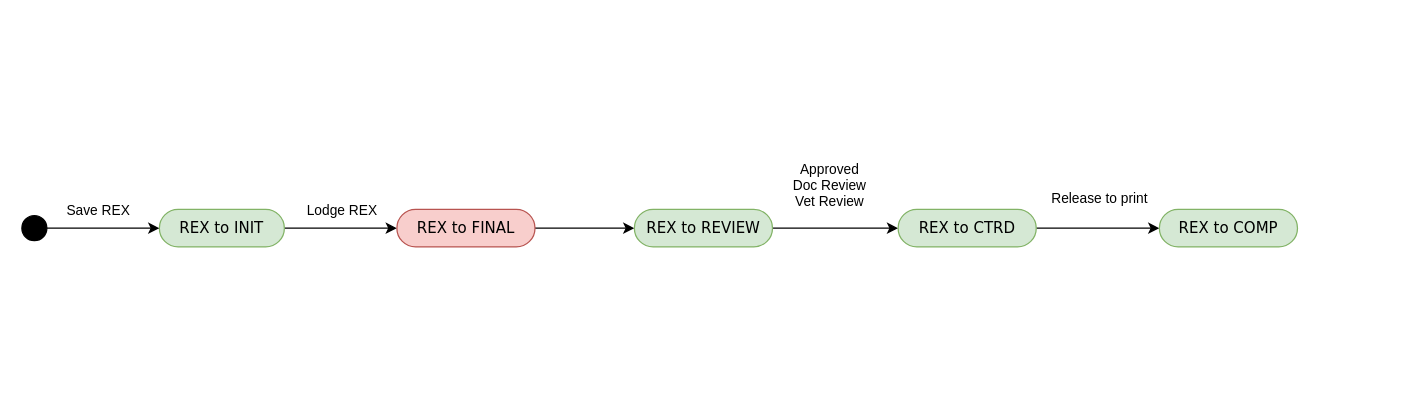
The draw.io diagram LAEL_REX_Status_Diagram.drawio in ajithmjose/deleteme, before the edit. Source tidied: cells renumbered, new cells numbered last; positions are measured from the earlier drawing's top-left corner, leaving out a move shared by most shapes. Both pictures are drawn from the tidied source at 125%, with x=0, y=0 at pixel (21, 209).
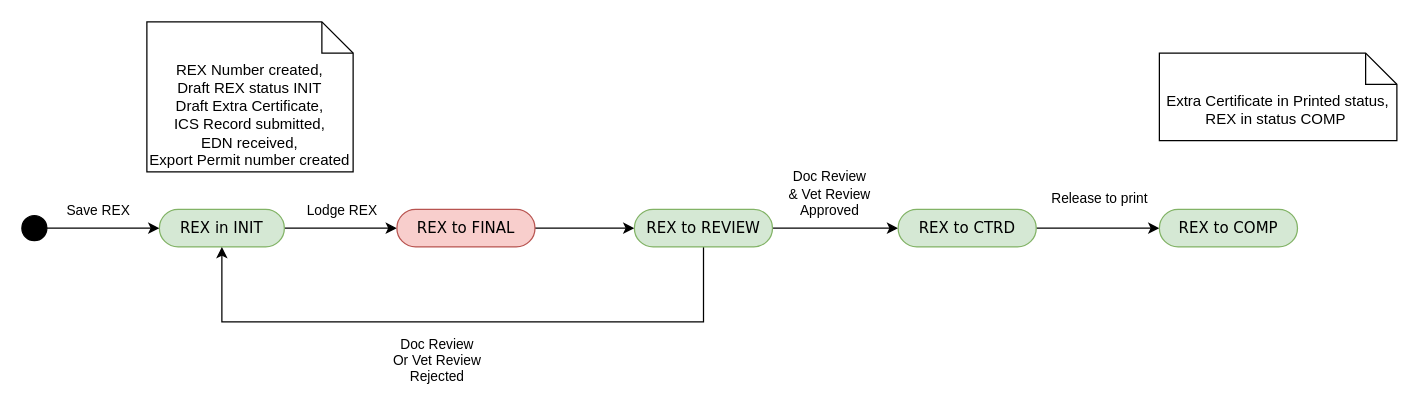
The same diagram, later.

Unchanged cells that the change refers to:
```xml
<mxCell id="7" style="edgeStyle=orthogonalEdgeStyle;rounded=0;jettySize=auto;html=1;" parent="1" edge="1" source="9" target="12">
  <mxGeometry relative="1" as="geometry" />
</mxCell>
<mxCell id="9" value="REX to REVIEW" style="rounded=1;whiteSpace=wrap;html=1;shadow=0;comic=0;labelBackgroundColor=none;strokeWidth=1;fontFamily=Verdana;fontSize=12;align=center;arcSize=50;fillColor=#d5e8d4;strokeColor=#82b366;" parent="1" vertex="1">
  <mxGeometry x="490" width="110.5" height="30" as="geometry" />
</mxCell>
```

Change to the diagram source:
```diff
@@
-    <mxCell id="4" value="REX to INIT" style="rounded=1;whiteSpace=wrap;html=1;shadow=0;comic=0;labelBackgroundColor=none;strokeWidth=1;fontFamily=Verdana;fontSize=12;align=center;arcSize=50;fillColor=#d5e8d4;strokeColor=#82b366;" parent="1" vertex="1">
+    <mxCell id="4" value="REX in INIT" style="rounded=1;whiteSpace=wrap;html=1;shadow=0;comic=0;labelBackgroundColor=none;strokeWidth=1;fontFamily=Verdana;fontSize=12;align=center;arcSize=50;fillColor=#d5e8d4;strokeColor=#82b366;" parent="1" vertex="1">
       <mxGeometry x="110" width="100" height="30" as="geometry" />
     </mxCell>
@@
-    <mxCell id="8" value="&lt;div&gt;Approved&lt;/div&gt;Doc Review&lt;div&gt;&lt;div&gt;Vet Review&lt;/div&gt;&lt;/div&gt;" style="edgeLabel;html=1;align=center;verticalAlign=middle;" parent="7" vertex="1">
+    <mxCell id="8" value="&lt;div&gt;&lt;br&gt;&lt;/div&gt;Doc Review&lt;div&gt;&lt;div&gt;&amp;amp; Vet Review&lt;/div&gt;&lt;/div&gt;&lt;div&gt;Approved&lt;br&gt;&lt;/div&gt;" style="edgeLabel;html=1;align=center;verticalAlign=middle;" parent="7" vertex="1">
       <mxGeometry x="-0.11" y="1" relative="1" as="geometry">
         <mxPoint y="-34" as="offset" />
       </mxGeometry>
     </mxCell>
+    <mxCell id="17" style="edgeStyle=orthogonalEdgeStyle;rounded=0;jettySize=auto;html=1;entryX=0.5;entryY=1;entryDx=0;entryDy=0;" parent="1" edge="1" source="9" target="4">
+      <mxGeometry relative="1" as="geometry">
+        <Array as="points">
+          <mxPoint x="545" y="90" />
+          <mxPoint x="160" y="90" />
+        </Array>
+      </mxGeometry>
+    </mxCell>
+    <mxCell id="18" value="Doc Review&lt;div&gt;Or Vet Review&lt;/div&gt;&lt;div&gt;Rejected&lt;/div&gt;" style="edgeLabel;html=1;align=center;verticalAlign=middle;" parent="17" vertex="1">
+      <mxGeometry x="0.07" relative="1" as="geometry">
+        <mxPoint x="-4" y="30" as="offset" />
+      </mxGeometry>
+    </mxCell>
@@
+    <mxCell id="19" value="&lt;div&gt;REX Number created,&lt;/div&gt;&lt;div&gt;Draft REX status INIT&lt;/div&gt;Draft&amp;nbsp;Extra Certificate,&lt;div&gt;ICS Record submitted,&lt;/div&gt;&lt;div&gt;EDN received,&lt;/div&gt;&lt;div&gt;Export Permit number created&lt;/div&gt;" style="shape=note2;boundedLbl=1;whiteSpace=wrap;html=1;size=25;verticalAlign=top;align=center;" parent="1" vertex="1">
+      <mxGeometry x="100" y="-150" width="165" height="120" as="geometry" />
+    </mxCell>
+    <mxCell id="20" value="Extra Certificate in Printed status,&lt;div&gt;REX in status COMP&amp;nbsp;&lt;br&gt;&lt;div&gt;&lt;br&gt;&lt;/div&gt;&lt;/div&gt;" style="shape=note2;boundedLbl=1;whiteSpace=wrap;html=1;size=25;verticalAlign=top;align=center;" parent="1" vertex="1">
+      <mxGeometry x="910" y="-125" width="190" height="70" as="geometry" />
+    </mxCell>
```
